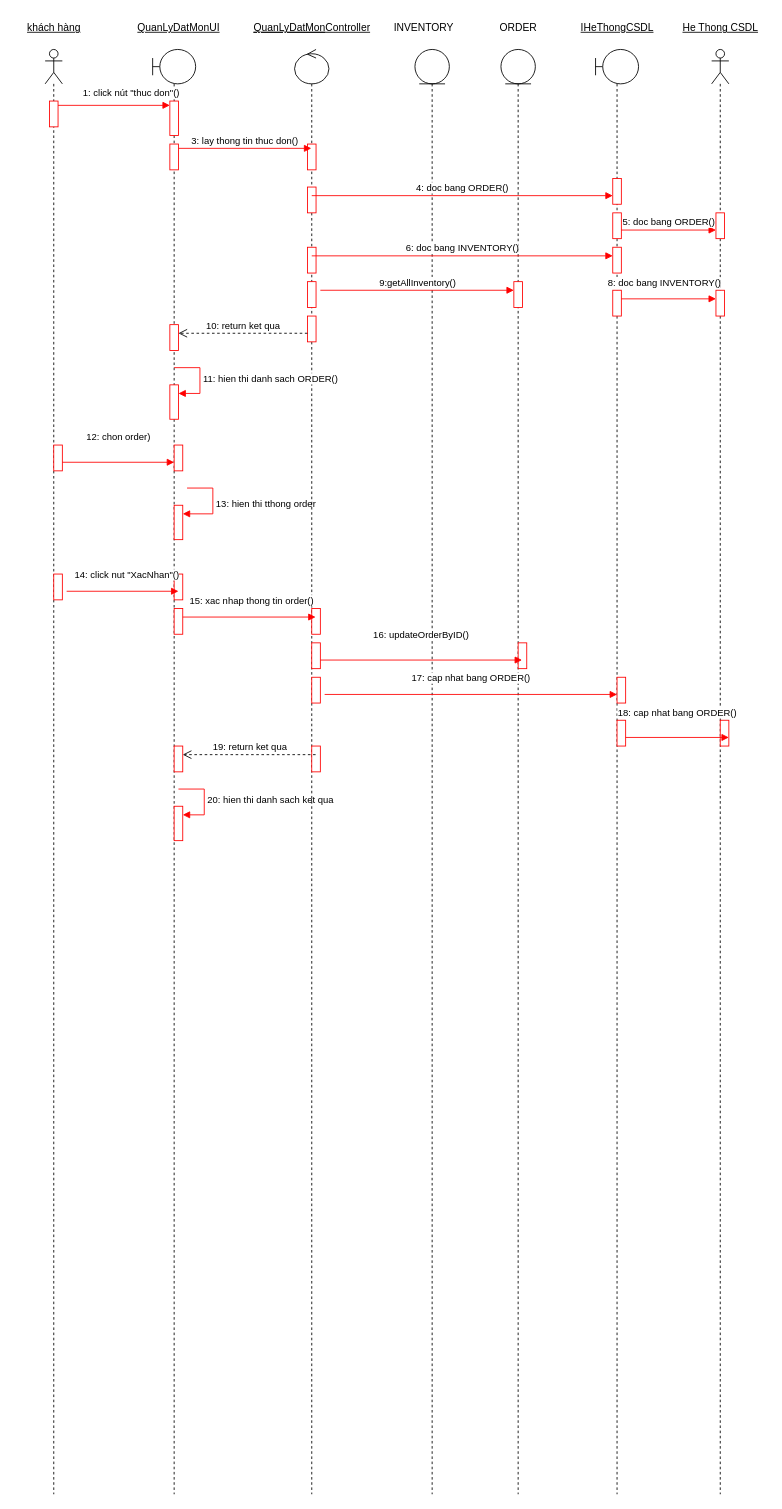
This is page "Quan ly dat mon - flow" (13 of 14) of Documentations/Database.drawio from MajinBuuNe-Ahihi/DATN, a draw.io file, before an edit. Source tidied: cells renumbered, new cells numbered last; positions are measured from the earlier drawing's top-left corner, leaving out a move shared by most shapes. Both pictures are drawn from the tidied source at 86%, with x=0, y=0 at pixel (15, 15).
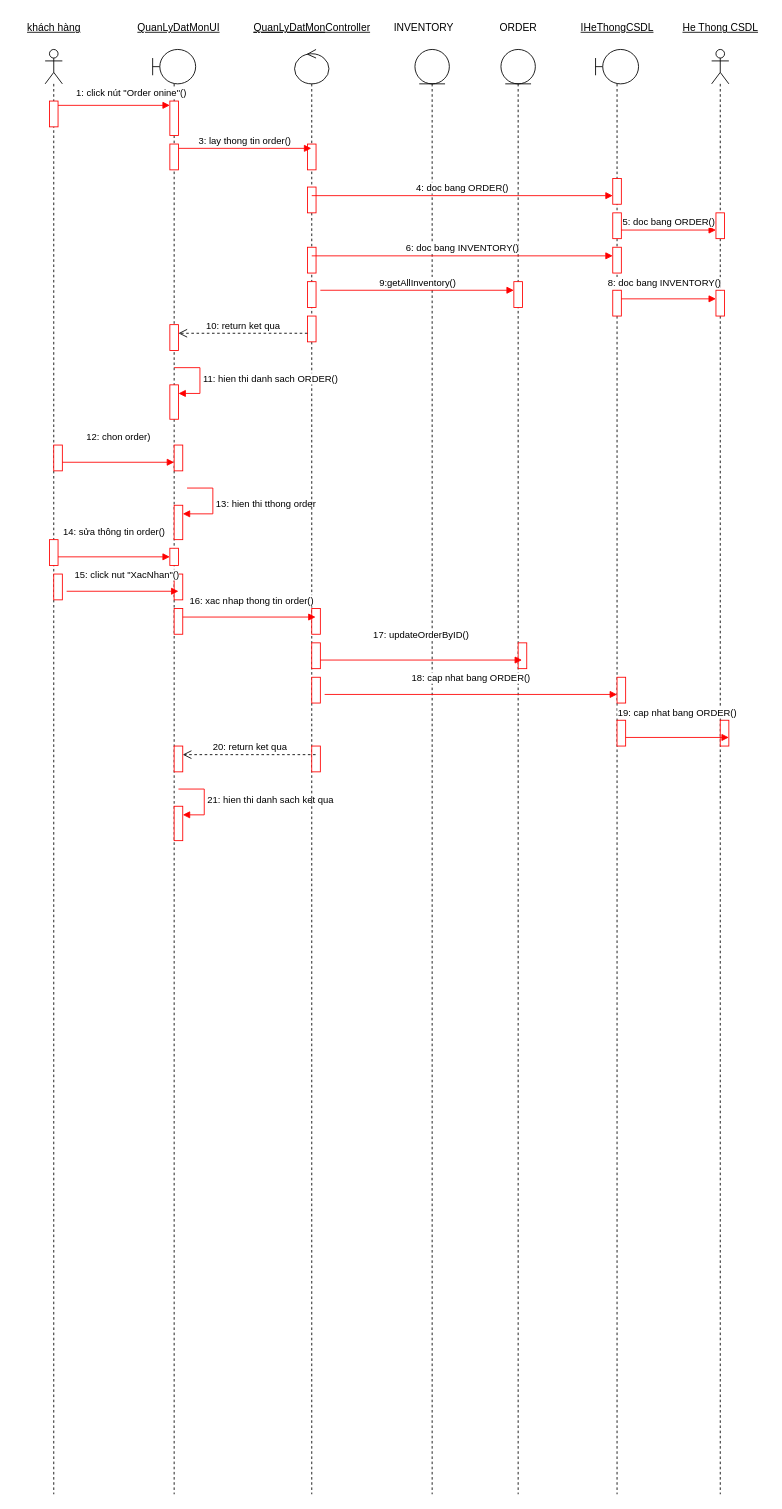
After the change.

Unchanged cells that the change refers to:
```xml
<mxCell id="2" style="shape=umlLifeline;perimeter=lifelinePerimeter;whiteSpace=wrap;html=1;newEdgeStyle={&quot;curved&quot;:0,&quot;rounded&quot;:0};participant=umlActor;size=40;" parent="1" vertex="1">
  <mxGeometry x="35" y="40" width="20" height="1680" as="geometry" />
</mxCell>
<mxCell id="3" style="html=1;points=[[0,0,0,0,5],[0,1,0,0,-5],[1,0,0,0,5],[1,1,0,0,-5]];perimeter=orthogonalPerimeter;outlineConnect=0;targetShapes=umlLifeline;portConstraint=eastwest;newEdgeStyle={&quot;curved&quot;:0,&quot;rounded&quot;:0};fontColor=#000000;strokeColor=#FF0000;" parent="2" vertex="1">
  <mxGeometry x="5" y="60" width="10" height="30" as="geometry" />
</mxCell>
<mxCell id="6" style="shape=umlLifeline;perimeter=lifelinePerimeter;whiteSpace=wrap;html=1;newEdgeStyle={&quot;curved&quot;:0,&quot;rounded&quot;:0};participant=umlBoundary;" parent="1" vertex="1">
  <mxGeometry x="160" y="40" width="50" height="1680" as="geometry" />
</mxCell>
<mxCell id="7" style="html=1;points=[[0,0,0,0,5],[0,1,0,0,-5],[1,0,0,0,5],[1,1,0,0,-5]];perimeter=orthogonalPerimeter;outlineConnect=0;targetShapes=umlLifeline;portConstraint=eastwest;newEdgeStyle={&quot;curved&quot;:0,&quot;rounded&quot;:0};fontColor=#000000;strokeColor=#FF0000;" parent="6" vertex="1">
  <mxGeometry x="20" y="60" width="10" height="40" as="geometry" />
</mxCell>
<mxCell id="15" style="html=1;points=[[0,0,0,0,5],[0,1,0,0,-5],[1,0,0,0,5],[1,1,0,0,-5]];perimeter=orthogonalPerimeter;outlineConnect=0;targetShapes=umlLifeline;portConstraint=eastwest;newEdgeStyle={&quot;curved&quot;:0,&quot;rounded&quot;:0};strokeColor=#FF0000;" parent="6" vertex="1">
  <mxGeometry x="25" y="880" width="10" height="40" as="geometry" />
</mxCell>
<mxCell id="17" style="shape=umlLifeline;perimeter=lifelinePerimeter;whiteSpace=wrap;html=1;outlineConnect=0;portConstraint=eastwest;newEdgeStyle={&quot;curved&quot;:0,&quot;rounded&quot;:0};participant=umlControl;" parent="1" vertex="1">
  <mxGeometry x="325" y="40" width="40" height="1680" as="geometry" />
</mxCell>
<mxCell id="32" style="html=1;points=[[0,0,0,0,5],[0,1,0,0,-5],[1,0,0,0,5],[1,1,0,0,-5]];perimeter=orthogonalPerimeter;outlineConnect=0;targetShapes=umlLifeline;portConstraint=eastwest;newEdgeStyle={&quot;curved&quot;:0,&quot;rounded&quot;:0};fontColor=#000000;strokeColor=#FF0000;" parent="27" vertex="1">
  <mxGeometry x="25" y="730" width="10" height="30" as="geometry" />
</mxCell>
<mxCell id="33" style="html=1;points=[[0,0,0,0,5],[0,1,0,0,-5],[1,0,0,0,5],[1,1,0,0,-5]];perimeter=orthogonalPerimeter;outlineConnect=0;targetShapes=umlLifeline;portConstraint=eastwest;newEdgeStyle={&quot;curved&quot;:0,&quot;rounded&quot;:0};fontColor=#000000;strokeColor=#FF0000;" parent="27" vertex="1">
  <mxGeometry x="25" y="780" width="10" height="30" as="geometry" />
</mxCell>
<mxCell id="54" style="html=1;points=[[0,0,0,0,5],[0,1,0,0,-5],[1,0,0,0,5],[1,1,0,0,-5]];perimeter=orthogonalPerimeter;outlineConnect=0;targetShapes=umlLifeline;portConstraint=eastwest;newEdgeStyle={&quot;curved&quot;:0,&quot;rounded&quot;:0};fontColor=#000000;strokeColor=#FF0000;" parent="1" vertex="1">
  <mxGeometry x="180" y="150" width="10" height="30" as="geometry" />
</mxCell>
```

What changed in the source:
```diff
@@
+    <mxCell id="68" style="html=1;perimeter=orthogonalPerimeter;targetShapes=umlLifeline;newEdgeStyle={&quot;curved&quot;:0,&quot;rounded&quot;:0};fontColor=#000000;strokeColor=#FF0000;" parent="2" vertex="1">
+      <mxGeometry x="5" y="570" width="10" height="30" as="geometry" />
+    </mxCell>
@@
-    <mxCell id="16" value="20: hien thi danh sach ket qua" style="html=1;align=left;spacingLeft=2;endArrow=block;rounded=0;edgeStyle=orthogonalEdgeStyle;curved=0;rounded=0;strokeColor=#FF0000;" parent="6" edge="1" target="15">
-      <mxGeometry relative="1" as="geometry">
+    <mxCell id="16" value="21: hien thi danh sach ket qua" style="html=1;align=left;spacingLeft=2;endArrow=block;rounded=0;edgeStyle=orthogonalEdgeStyle;curved=0;rounded=0;strokeColor=#FF0000;" parent="6" edge="1" target="15">
+      <mxGeometry x="0.01" relative="1" as="geometry">
         <mxPoint x="30" y="860" as="sourcePoint" />
         <Array as="points">
           <mxPoint x="60" y="890" />
         </Array>
       </mxGeometry>
     </mxCell>
+    <mxCell id="69" style="html=1;perimeter=orthogonalPerimeter;targetShapes=umlLifeline;newEdgeStyle={&quot;curved&quot;:0,&quot;rounded&quot;:0};strokeColor=#FF0000;" parent="6" vertex="1">
+      <mxGeometry x="20" y="580" width="10" height="20" as="geometry" />
+    </mxCell>
@@
-    <mxCell id="44" value="1: click nút &quot;thuc don&quot;()" style="html=1;verticalAlign=bottom;endArrow=block;curved=0;rounded=0;entryX=0;entryY=0;entryDx=0;entryDy=5;entryPerimeter=0;exitX=1;exitY=0;exitDx=0;exitDy=5;exitPerimeter=0;fontColor=#000000;strokeColor=#FF0000;" parent="1" edge="1" source="3" target="7">
+    <mxCell id="44" value="1: click nút &quot;Order onine&quot;()" style="html=1;verticalAlign=bottom;endArrow=block;curved=0;rounded=0;entryX=0;entryY=0;entryDx=0;entryDy=5;entryPerimeter=0;exitX=1;exitY=0;exitDx=0;exitDy=5;exitPerimeter=0;fontColor=#000000;strokeColor=#FF0000;" parent="1" edge="1" source="3" target="7">
       <mxGeometry x="0.31" y="5" relative="1" as="geometry" />
     </mxCell>
@@
-    <mxCell id="50" value="3: lay thong tin thuc don()" style="html=1;verticalAlign=bottom;endArrow=block;curved=0;rounded=0;exitX=1;exitY=0;exitDx=0;exitDy=5;exitPerimeter=0;fontColor=#000000;strokeColor=#FF0000;" parent="1" edge="1" source="54" target="17">
+    <mxCell id="50" value="3: lay thong tin order()" style="html=1;verticalAlign=bottom;endArrow=block;curved=0;rounded=0;exitX=1;exitY=0;exitDx=0;exitDy=5;exitPerimeter=0;fontColor=#000000;strokeColor=#FF0000;" parent="1" edge="1" source="54" target="17">
       <mxGeometry relative="1" as="geometry" />
     </mxCell>
@@
-    <mxCell id="62" value="14: click nut &quot;XacNhan&quot;()" style="html=1;verticalAlign=bottom;endArrow=block;curved=0;rounded=0;entryX=0;entryY=0;entryDx=0;entryDy=5;entryPerimeter=0;exitX=1;exitY=0;exitDx=0;exitDy=5;exitPerimeter=0;fontColor=#000000;strokeColor=#FF0000;" parent="1" edge="1">
+    <mxCell id="62" value="15: click nut &quot;XacNhan&quot;()" style="html=1;verticalAlign=bottom;endArrow=block;curved=0;rounded=0;entryX=0;entryY=0;entryDx=0;entryDy=5;entryPerimeter=0;exitX=1;exitY=0;exitDx=0;exitDy=5;exitPerimeter=0;fontColor=#000000;strokeColor=#FF0000;" parent="1" edge="1">
       <mxGeometry x="0.08" y="10" relative="1" as="geometry">
         <mxPoint x="60" y="670" as="sourcePoint" />
         <mxPoint x="190" y="670" as="targetPoint" />
       </mxGeometry>
     </mxCell>
-    <mxCell id="63" value="15: xac nhap thong tin order()" style="html=1;verticalAlign=bottom;endArrow=block;curved=0;rounded=0;exitX=1;exitY=0;exitDx=0;exitDy=5;exitPerimeter=0;fontColor=#000000;strokeColor=#FF0000;" parent="1" edge="1">
+    <mxCell id="63" value="16: xac nhap thong tin order()" style="html=1;verticalAlign=bottom;endArrow=block;curved=0;rounded=0;exitX=1;exitY=0;exitDx=0;exitDy=5;exitPerimeter=0;fontColor=#000000;strokeColor=#FF0000;" parent="1" edge="1">
       <mxGeometry x="0.04" y="10" relative="1" as="geometry">
         <mxPoint x="195" y="700" as="sourcePoint" />
         <mxPoint x="349.5" y="700" as="targetPoint" />
       </mxGeometry>
     </mxCell>
-    <mxCell id="64" value="16: updateOrderByID()" style="html=1;verticalAlign=bottom;endArrow=block;curved=0;rounded=0;exitX=1;exitY=0;exitDx=0;exitDy=5;exitPerimeter=0;fontColor=#000000;strokeColor=#FF0000;" parent="1" edge="1">
+    <mxCell id="64" value="17: updateOrderByID()" style="html=1;verticalAlign=bottom;endArrow=block;curved=0;rounded=0;exitX=1;exitY=0;exitDx=0;exitDy=5;exitPerimeter=0;fontColor=#000000;strokeColor=#FF0000;" parent="1" edge="1">
       <mxGeometry y="20" relative="1" as="geometry">
         <mxPoint x="355" y="750" as="sourcePoint" />
         <mxPoint x="589.5" y="750" as="targetPoint" />
       </mxGeometry>
     </mxCell>
-    <mxCell id="65" value="17: cap nhat bang ORDER()" style="html=1;verticalAlign=bottom;endArrow=block;curved=0;rounded=0;exitX=1;exitY=0;exitDx=0;exitDy=5;exitPerimeter=0;fontColor=#000000;strokeColor=#FF0000;" parent="1" edge="1" target="32">
+    <mxCell id="65" value="18: cap nhat bang ORDER()" style="html=1;verticalAlign=bottom;endArrow=block;curved=0;rounded=0;exitX=1;exitY=0;exitDx=0;exitDy=5;exitPerimeter=0;fontColor=#000000;strokeColor=#FF0000;" parent="1" edge="1" target="32">
       <mxGeometry y="10" relative="1" as="geometry">
         <mxPoint x="360" y="790" as="sourcePoint" />
       </mxGeometry>
     </mxCell>
-    <mxCell id="66" value="18: cap nhat bang ORDER()" style="html=1;verticalAlign=bottom;endArrow=block;curved=0;rounded=0;fontColor=#000000;strokeColor=#FF0000;" parent="1" edge="1" source="33">
+    <mxCell id="66" value="19: cap nhat bang ORDER()" style="html=1;verticalAlign=bottom;endArrow=block;curved=0;rounded=0;fontColor=#000000;strokeColor=#FF0000;" parent="1" edge="1" source="33">
       <mxGeometry y="20" relative="1" as="geometry">
         <mxPoint x="830" y="840" as="targetPoint" />
       </mxGeometry>
     </mxCell>
-    <mxCell id="67" value="19: return ket qua" style="html=1;verticalAlign=bottom;endArrow=open;dashed=1;endSize=8;curved=0;rounded=0;" parent="1" edge="1">
+    <mxCell id="67" value="20: return ket qua" style="html=1;verticalAlign=bottom;endArrow=open;dashed=1;endSize=8;curved=0;rounded=0;" parent="1" edge="1">
       <mxGeometry relative="1" as="geometry">
         <mxPoint x="349.5" y="860" as="sourcePoint" />
         <mxPoint x="195" y="860" as="targetPoint" />
       </mxGeometry>
     </mxCell>
+    <mxCell id="70" value="14: sửa thông tin order()" style="html=1;verticalAlign=bottom;endArrow=block;curved=0;rounded=0;entryX=0;entryY=0;entryDx=0;entryDy=5;entryPerimeter=0;exitX=1;exitY=0;exitDx=0;exitDy=5;exitPerimeter=0;fontColor=#000000;strokeColor=#FF0000;" parent="1" edge="1">
+      <mxGeometry y="20" relative="1" as="geometry">
+        <mxPoint x="50" y="630" as="sourcePoint" />
+        <mxPoint x="180" y="630" as="targetPoint" />
+      </mxGeometry>
+    </mxCell>
```
